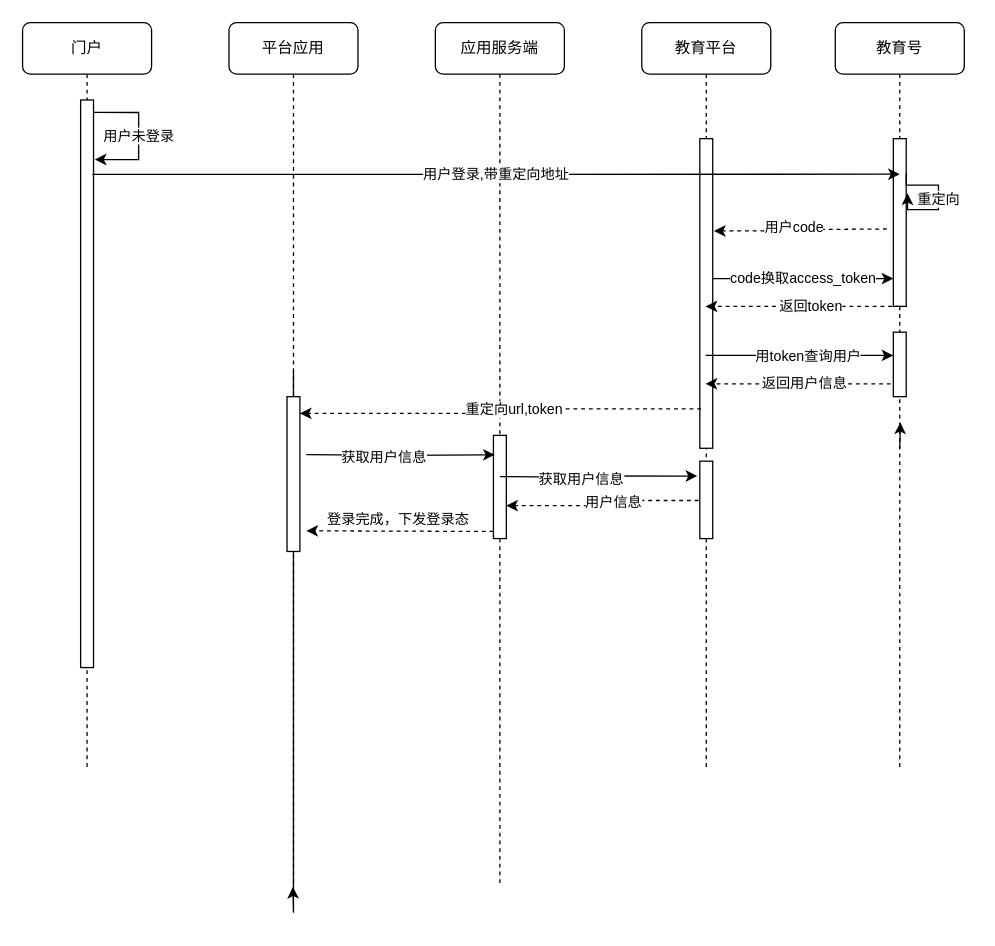
liangdengming/diagrams keeps this draw.io diagram as 平台应用登录流程.drawio. Above is the earlier version. Source tidied: cells renumbered, new cells numbered last; positions are measured from the earlier drawing's top-left corner, leaving out a move shared by most shapes. Both pictures are drawn from the tidied source at 129%, with x=0, y=0 at pixel (22, 22).
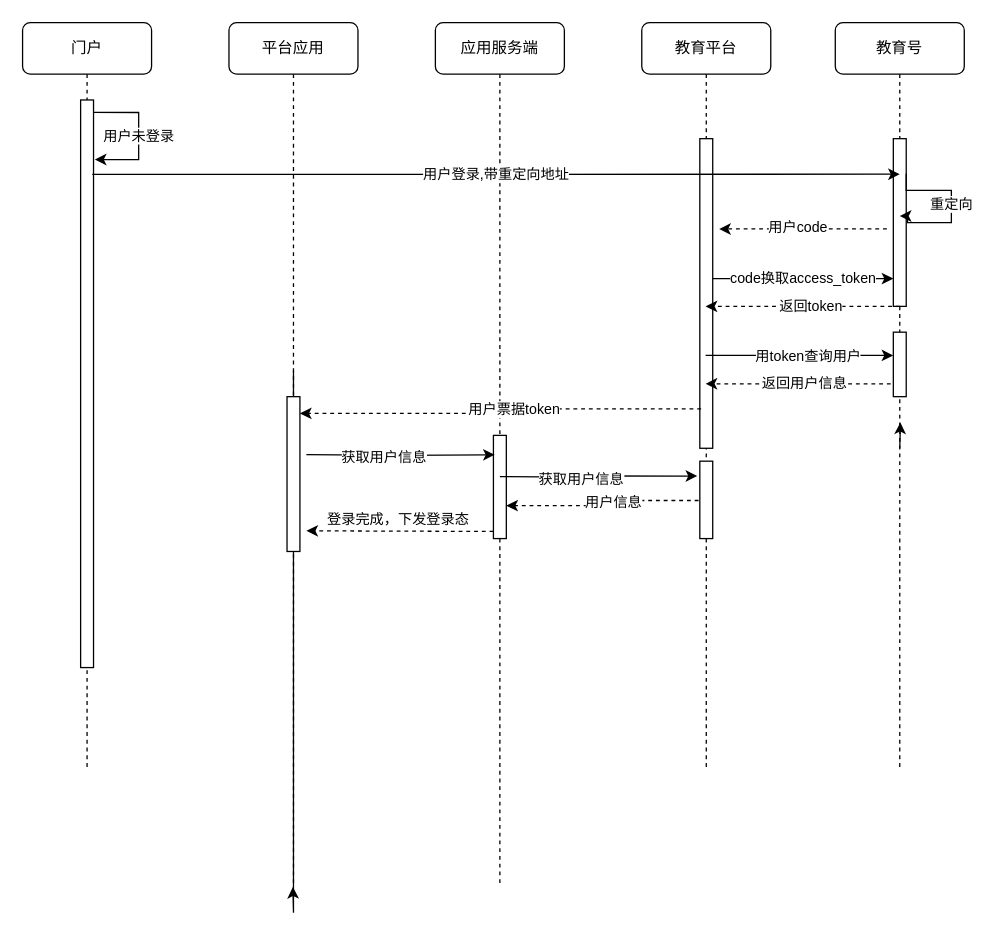
The same page after the edit.

Commit message (it also covers changes not shown here):
更新平台应用登录流程.drawio

The change refers to these unchanged cells:
```xml
<mxCell id="12" style="html=1;points=[];perimeter=orthogonalPerimeter;rounded=0;shadow=0;comic=0;labelBackgroundColor=none;strokeWidth=1;fontFamily=Verdana;fontSize=12;align=center;" parent="10" vertex="1">
  <mxGeometry x="45" y="90" width="10" height="240" as="geometry" />
</mxCell>
<mxCell id="17" value="教育号" style="shape=umlLifeline;perimeter=lifelinePerimeter;whiteSpace=wrap;html=1;outlineConnect=0;rounded=1;shadow=0;comic=0;labelBackgroundColor=none;strokeWidth=1;fontFamily=Verdana;fontSize=12;align=center;" parent="1" vertex="1">
  <mxGeometry x="630" width="100" height="580" as="geometry" />
</mxCell>
<mxCell id="19" style="html=1;points=[];perimeter=orthogonalPerimeter;rounded=0;shadow=0;comic=0;labelBackgroundColor=none;strokeWidth=1;fontFamily=Verdana;fontSize=12;align=center;" parent="17" vertex="1">
  <mxGeometry x="45" y="90" width="10" height="130" as="geometry" />
</mxCell>
<mxCell id="28" style="edgeStyle=orthogonalEdgeStyle;rounded=0;jettySize=auto;html=1;dashed=1;exitX=0.1;exitY=0.873;exitDx=0;exitDy=0;exitPerimeter=0;entryX=1;entryY=0.108;entryDx=0;entryDy=0;entryPerimeter=0;" parent="1" edge="1" source="12" target="5">
  <mxGeometry relative="1" as="geometry" />
</mxCell>
```

Diff of the diagram source:
```diff
@@
-    <mxCell id="23" value="重定向" style="edgeStyle=orthogonalEdgeStyle;rounded=0;orthogonalLoop=1;jettySize=auto;html=1;entryX=1.1;entryY=0.326;entryDx=0;entryDy=0;entryPerimeter=0;exitX=1;exitY=0.209;exitDx=0;exitDy=0;exitPerimeter=0;" parent="17" edge="1" source="19" target="19">
+    <mxCell id="23" value="重定向" style="edgeStyle=orthogonalEdgeStyle;rounded=0;jettySize=auto;html=1;exitX=1;exitY=0.209;exitDx=0;exitDy=0;exitPerimeter=0;" parent="17" edge="1" source="19">
       <mxGeometry relative="1" as="geometry">
+        <mxPoint x="50" y="150" as="targetPoint" />
         <Array as="points">
-          <mxPoint x="80" y="126" />
-          <mxPoint x="80" y="145" />
+          <mxPoint x="55" y="130" />
+          <mxPoint x="90" y="130" />
+          <mxPoint x="90" y="155" />
+          <mxPoint x="56" y="155" />
+          <mxPoint x="56" y="150" />
         </Array>
       </mxGeometry>
     </mxCell>
@@
-    <mxCell id="29" value="重定向url,token" style="edgeLabel;html=1;align=center;verticalAlign=middle;" parent="28" vertex="1">
+    <mxCell id="29" value="用户票据token" style="edgeLabel;html=1;align=center;verticalAlign=middle;" parent="28" vertex="1">
       <mxGeometry x="-0.2" relative="1" as="geometry">
         <mxPoint x="-20" as="offset" />
       </mxGeometry>
     </mxCell>
@@
-    <mxCell id="33" style="edgeStyle=orthogonalEdgeStyle;rounded=0;jettySize=auto;html=1;dashed=1;entryX=1.1;entryY=0.298;entryDx=0;entryDy=0;entryPerimeter=0;" parent="1" edge="1" target="12">
+    <mxCell id="33" style="edgeStyle=orthogonalEdgeStyle;rounded=0;orthogonalLoop=1;jettySize=auto;html=1;dashed=1;" parent="1" edge="1">
       <mxGeometry relative="1" as="geometry">
         <mxPoint x="670" y="160" as="sourcePoint" />
+        <mxPoint x="540" y="160" as="targetPoint" />
       </mxGeometry>
     </mxCell>
```
